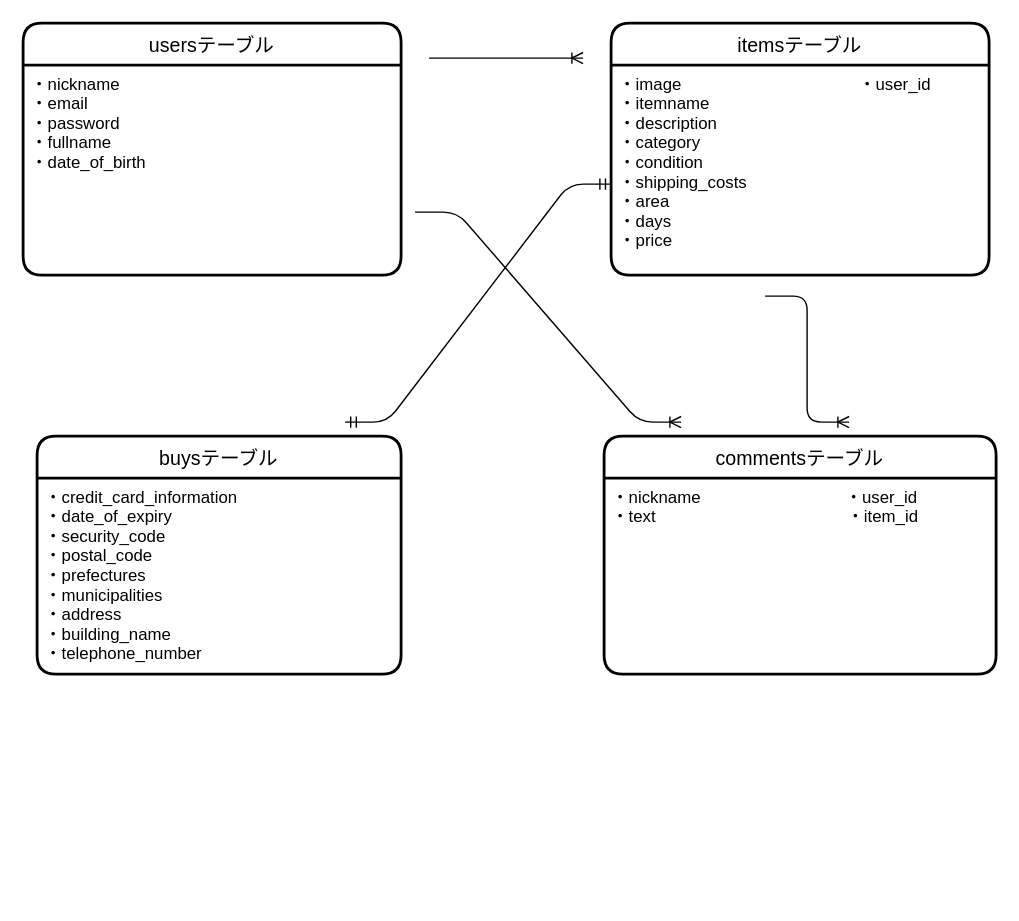
The draw.io diagram app/er.dio in ayumi201604/furima-35492, before the edit. Source tidied: cells renumbered, new cells numbered last; positions are measured from the earlier drawing's top-left corner, leaving out a move shared by most shapes. Both pictures are drawn from the tidied source at 140%, with x=0, y=0 at pixel (22, 22).
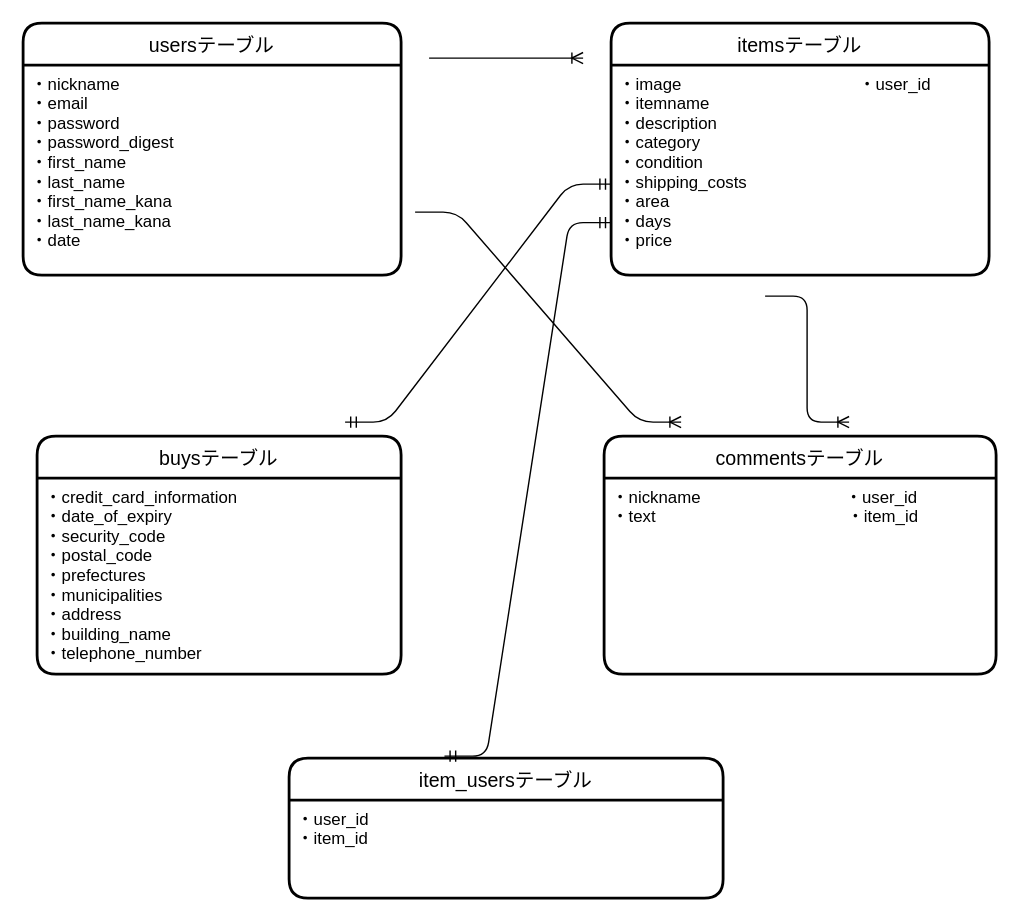
After the change.

Commit message (it also covers changes not shown here):
DB設計追加・修正

Unchanged cells that the change refers to:
```xml
<mxCell id="2" value="usersテーブル" style="swimlane;horizontal=1;startSize=30;rounded=1;fontSize=14;fontStyle=0;strokeWidth=2;shadow=0;dashed=0;align=center;" parent="1" vertex="1">
  <mxGeometry width="270" height="180" as="geometry" />
</mxCell>
<mxCell id="5" value="・image                                      ・user_id&#10;・itemname&#10;・description&#10;・category&#10;・condition&#10;・shipping_costs&#10;・area&#10;・days&#10;・price" style="align=left;strokeColor=none;fillColor=none;spacingLeft=4;fontSize=12;verticalAlign=top;" parent="4" vertex="1">
  <mxGeometry y="30" width="270" height="150" as="geometry" />
</mxCell>
```

What changed in the source:
```diff
@@
-    <mxCell id="3" value="・nickname&#10;・email&#10;・password&#10;・fullname&#10;・date_of_birth" style="align=left;strokeColor=none;fillColor=none;spacingLeft=4;fontSize=12;verticalAlign=top;" parent="2" vertex="1">
+    <mxCell id="3" value="・nickname&#10;・email&#10;・password&#10;・password_digest&#10;・first_name&#10;・last_name&#10;・first_name_kana&#10;・last_name_kana&#10;・date" style="align=left;strokeColor=none;fillColor=none;spacingLeft=4;fontSize=12;verticalAlign=top;" parent="2" vertex="1">
       <mxGeometry y="30" width="270" height="150" as="geometry" />
     </mxCell>
@@
+    <mxCell id="14" value="item_usersテーブル" style="swimlane;horizontal=1;startSize=30;rounded=1;fontSize=14;fontStyle=0;strokeWidth=2;shadow=0;dashed=0;align=center;" parent="1" vertex="1">
+      <mxGeometry x="190" y="525" width="310" height="100" as="geometry" />
+    </mxCell>
+    <mxCell id="15" value="・user_id&#10;・item_id" style="align=left;strokeColor=none;fillColor=none;spacingLeft=4;fontSize=12;verticalAlign=top;" parent="14" vertex="1">
+      <mxGeometry y="30" width="310" height="70" as="geometry" />
+    </mxCell>
+    <mxCell id="16" style="edgeStyle=entityRelationEdgeStyle;fontSize=12;html=1;endArrow=ERmandOne;startArrow=ERmandOne;exitX=0.358;exitY=-0.014;exitDx=0;exitDy=0;exitPerimeter=0;entryX=0;entryY=0.75;entryDx=0;entryDy=0;" parent="1" edge="1" source="14" target="5">
+      <mxGeometry relative="1" as="geometry" />
+    </mxCell>
```
